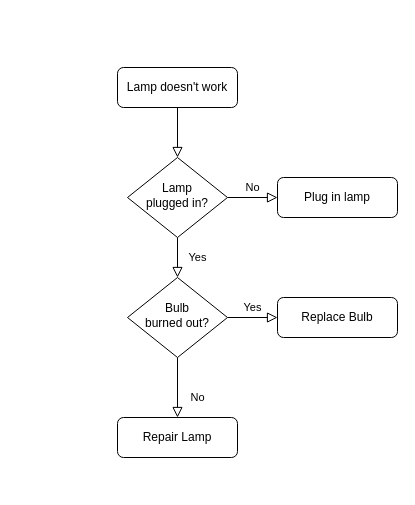
Above: ROOM_wepa.drawio in rafaelgamezdiaz/diagrams (draw.io), before the change. Source tidied: cells renumbered, new cells numbered last; positions are measured from the earlier drawing's top-left corner, leaving out a move shared by most shapes. Both pictures are drawn from the tidied source at 100%, with x=0, y=0 at pixel (117, 67).
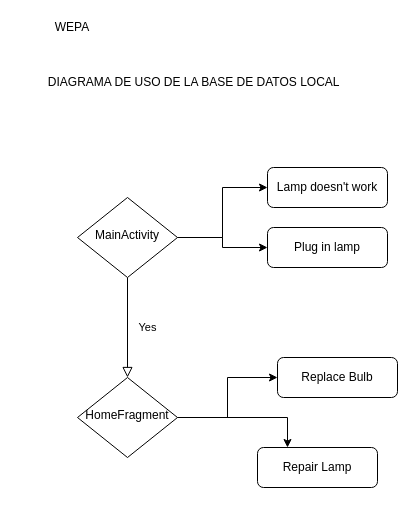
The same diagram, later.

The edit, as a diff of the source:
```diff
@@
 <mxGraphModel>
   <root>
     <mxCell id="0" />
     <mxCell id="1" parent="0" />
-    <mxCell id="2" style="rounded=0;html=1;jettySize=auto;fontSize=11;endArrow=block;endFill=0;endSize=8;strokeWidth=1;shadow=0;labelBackgroundColor=none;edgeStyle=orthogonalEdgeStyle;" parent="1" edge="1" source="3" target="6">
-      <mxGeometry relative="1" as="geometry" />
-    </mxCell>
     <mxCell id="3" value="Lamp doesn't work" style="rounded=1;whiteSpace=wrap;html=1;fontSize=12;glass=0;strokeWidth=1;shadow=0;" parent="1" vertex="1">
-      <mxGeometry width="120" height="40" as="geometry" />
+      <mxGeometry x="150" y="100" width="120" height="40" as="geometry" />
     </mxCell>
     <mxCell id="4" value="Yes" style="rounded=0;html=1;jettySize=auto;fontSize=11;endArrow=block;endFill=0;endSize=8;strokeWidth=1;shadow=0;labelBackgroundColor=none;edgeStyle=orthogonalEdgeStyle;" parent="1" edge="1" source="6" target="10">
       <mxGeometry y="20" relative="1" as="geometry" />
     </mxCell>
+    <mxCell id="13" style="edgeStyle=orthogonalEdgeStyle;rounded=0;jettySize=auto;html=1;entryX=0;entryY=0.5;entryDx=0;entryDy=0;exitX=1;exitY=0.5;exitDx=0;exitDy=0;" parent="1" edge="1" source="6" target="3">
+      <mxGeometry relative="1" as="geometry" />
+    </mxCell>
-    <mxCell id="5" value="No" style="edgeStyle=orthogonalEdgeStyle;rounded=0;html=1;jettySize=auto;fontSize=11;endArrow=block;endFill=0;endSize=8;strokeWidth=1;shadow=0;labelBackgroundColor=none;" parent="1" edge="1" source="6" target="7">
-      <mxGeometry y="10" relative="1" as="geometry" />
+    <mxCell id="5" style="edgeStyle=orthogonalEdgeStyle;rounded=0;jettySize=auto;html=1;" parent="1" edge="1" source="6" target="7">
+      <mxGeometry relative="1" as="geometry" />
     </mxCell>
-    <mxCell id="6" value="Lamp&lt;br&gt;plugged in?" style="rhombus;whiteSpace=wrap;html=1;shadow=0;fontFamily=Helvetica;fontSize=12;align=center;strokeWidth=1;spacing=6;spacingTop=-4;" parent="1" vertex="1">
-      <mxGeometry x="10" y="90" width="100" height="80" as="geometry" />
+    <mxCell id="6" value="MainActivity" style="rhombus;whiteSpace=wrap;html=1;shadow=0;fontFamily=Helvetica;fontSize=12;align=center;strokeWidth=1;spacing=6;spacingTop=-4;" parent="1" vertex="1">
+      <mxGeometry x="-40" y="130" width="100" height="80" as="geometry" />
     </mxCell>
     <mxCell id="7" value="Plug in lamp" style="rounded=1;whiteSpace=wrap;html=1;fontSize=12;glass=0;strokeWidth=1;shadow=0;" parent="1" vertex="1">
-      <mxGeometry x="160" y="110" width="120" height="40" as="geometry" />
+      <mxGeometry x="150" y="160" width="120" height="40" as="geometry" />
     </mxCell>
-    <mxCell id="8" value="No" style="rounded=0;html=1;jettySize=auto;fontSize=11;endArrow=block;endFill=0;endSize=8;strokeWidth=1;shadow=0;labelBackgroundColor=none;edgeStyle=orthogonalEdgeStyle;" parent="1" edge="1" source="10" target="11">
-      <mxGeometry x="0.33" y="20" relative="1" as="geometry" />
+    <mxCell id="8" style="edgeStyle=orthogonalEdgeStyle;rounded=0;jettySize=auto;html=1;entryX=0.25;entryY=0;entryDx=0;entryDy=0;" parent="1" edge="1" source="10" target="11">
+      <mxGeometry relative="1" as="geometry" />
     </mxCell>
-    <mxCell id="9" value="Yes" style="edgeStyle=orthogonalEdgeStyle;rounded=0;html=1;jettySize=auto;fontSize=11;endArrow=block;endFill=0;endSize=8;strokeWidth=1;shadow=0;labelBackgroundColor=none;" parent="1" edge="1" source="10" target="12">
-      <mxGeometry y="10" relative="1" as="geometry" />
+    <mxCell id="9" style="edgeStyle=orthogonalEdgeStyle;rounded=0;jettySize=auto;html=1;entryX=0;entryY=0.5;entryDx=0;entryDy=0;" parent="1" edge="1" source="10" target="12">
+      <mxGeometry relative="1" as="geometry" />
     </mxCell>
-    <mxCell id="10" value="Bulb&lt;br&gt;burned out?" style="rhombus;whiteSpace=wrap;html=1;shadow=0;fontFamily=Helvetica;fontSize=12;align=center;strokeWidth=1;spacing=6;spacingTop=-4;" parent="1" vertex="1">
-      <mxGeometry x="10" y="210" width="100" height="80" as="geometry" />
+    <mxCell id="10" value="HomeFragment" style="rhombus;whiteSpace=wrap;html=1;shadow=0;fontFamily=Helvetica;fontSize=12;align=center;strokeWidth=1;spacing=6;spacingTop=-4;" parent="1" vertex="1">
+      <mxGeometry x="-40" y="310" width="100" height="80" as="geometry" />
     </mxCell>
     <mxCell id="11" value="Repair Lamp" style="rounded=1;whiteSpace=wrap;html=1;fontSize=12;glass=0;strokeWidth=1;shadow=0;" parent="1" vertex="1">
-      <mxGeometry y="350" width="120" height="40" as="geometry" />
+      <mxGeometry x="140" y="380" width="120" height="40" as="geometry" />
     </mxCell>
     <mxCell id="12" value="Replace Bulb" style="rounded=1;whiteSpace=wrap;html=1;fontSize=12;glass=0;strokeWidth=1;shadow=0;" parent="1" vertex="1">
-      <mxGeometry x="160" y="230" width="120" height="40" as="geometry" />
+      <mxGeometry x="160" y="290" width="120" height="40" as="geometry" />
     </mxCell>
+    <mxCell id="14" value="DIAGRAMA DE USO DE LA BASE DE DATOS LOCAL&amp;nbsp;&amp;nbsp;" style="text;html=1;strokeColor=none;fillColor=none;align=center;verticalAlign=middle;whiteSpace=wrap;rounded=0;" parent="1" vertex="1">
+      <mxGeometry x="-100" y="-10" width="360" height="50" as="geometry" />
+    </mxCell>
+    <mxCell id="15" value="WEPA" style="text;html=1;strokeColor=none;fillColor=none;align=center;verticalAlign=middle;whiteSpace=wrap;rounded=0;" parent="1" vertex="1">
+      <mxGeometry x="-70" y="-50" width="50" height="20" as="geometry" />
+    </mxCell>
   </root>
 </mxGraphModel>
```
